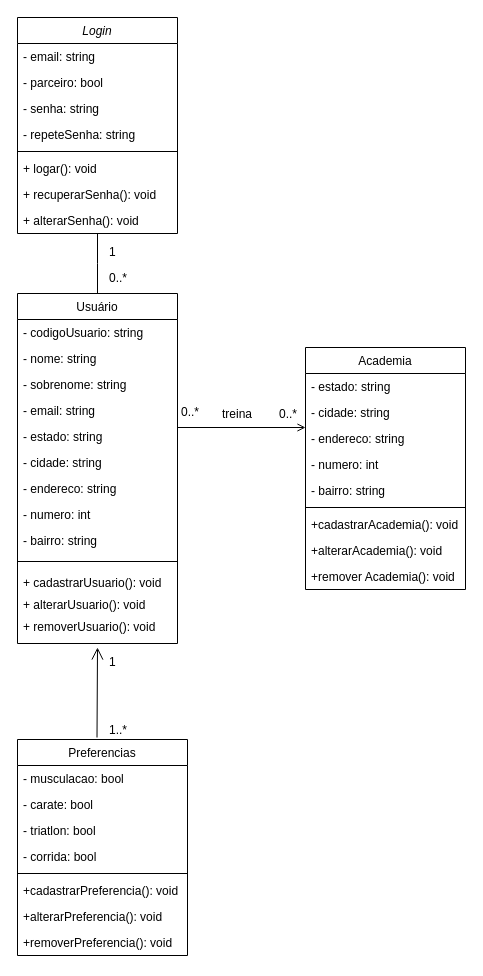
This is src/Diagrama_de_Classes.drawio from ICEI-PUC-Minas-PMV-ADS/pmv-ads-2022-2-e2-proj-int-t4-pmv-ads-2022-2-e2-proj-int-t4-academia, a draw.io file, before an edit. Source tidied: cells renumbered, new cells numbered last; positions are measured from the earlier drawing's top-left corner, leaving out a move shared by most shapes. Both pictures are drawn from the tidied source at 100%, with x=0, y=0 at pixel (17, 17).
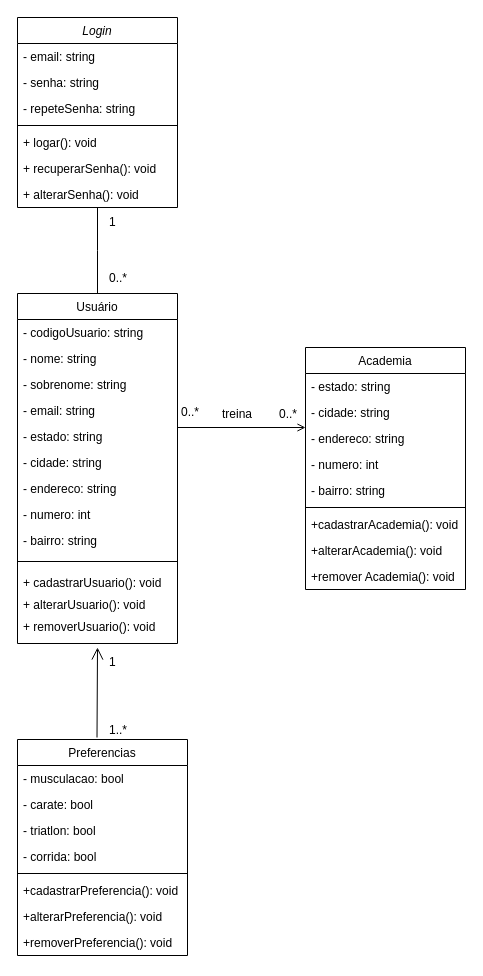
Above is the later version.

Commit message:
removendo o atributo parceiros

The edit, as a diff of the source:
```diff
@@
     <mxCell id="2" value="Login" style="swimlane;fontStyle=2;align=center;verticalAlign=top;horizontal=1;startSize=26;rounded=0;shadow=0;strokeWidth=1;" parent="1" vertex="1">
-      <mxGeometry width="160" height="216" as="geometry" />
+      <mxGeometry width="160" height="190" as="geometry" />
     </mxCell>
@@
-    <mxCell id="4" value="- parceiro: bool" style="text;align=left;verticalAlign=top;spacingLeft=4;spacingRight=4;overflow=hidden;" parent="2" vertex="1">
-      <mxGeometry y="52" width="160" height="26" as="geometry" />
-    </mxCell>
     <mxCell id="5" value="- senha: string" style="text;align=left;verticalAlign=top;spacingLeft=4;spacingRight=4;overflow=hidden;" parent="2" vertex="1">
-      <mxGeometry y="78" width="160" height="26" as="geometry" />
+      <mxGeometry y="52" width="160" height="26" as="geometry" />
     </mxCell>
     <mxCell id="6" value="- repeteSenha: string" style="text;align=left;verticalAlign=top;spacingLeft=4;spacingRight=4;overflow=hidden;rounded=0;shadow=0;html=0;" parent="2" vertex="1">
-      <mxGeometry y="104" width="160" height="26" as="geometry" />
+      <mxGeometry y="78" width="160" height="26" as="geometry" />
     </mxCell>
     <mxCell id="7" style="line;html=1;strokeWidth=1;align=left;verticalAlign=middle;spacingTop=-1;spacingLeft=3;spacingRight=3;labelPosition=right;" parent="2" vertex="1">
-      <mxGeometry y="130" width="160" height="8" as="geometry" />
+      <mxGeometry y="104" width="160" height="8" as="geometry" />
     </mxCell>
     <mxCell id="8" value="+ logar(): void&#10;" style="text;align=left;verticalAlign=top;spacingLeft=4;spacingRight=4;overflow=hidden;" parent="2" vertex="1">
-      <mxGeometry y="138" width="160" height="26" as="geometry" />
+      <mxGeometry y="112" width="160" height="26" as="geometry" />
     </mxCell>
     <mxCell id="9" value="+ recuperarSenha(): void" style="text;align=left;verticalAlign=top;spacingLeft=4;spacingRight=4;overflow=hidden;" parent="2" vertex="1">
-      <mxGeometry y="164" width="160" height="26" as="geometry" />
+      <mxGeometry y="138" width="160" height="26" as="geometry" />
     </mxCell>
     <mxCell id="10" value="+ alterarSenha(): void" style="text;align=left;verticalAlign=top;spacingLeft=4;spacingRight=4;overflow=hidden;" parent="2" vertex="1">
-      <mxGeometry y="190" width="160" height="26" as="geometry" />
+      <mxGeometry y="164" width="160" height="26" as="geometry" />
     </mxCell>
@@
     <mxCell id="49" value="1" style="align=left;verticalAlign=bottom;labelBackgroundColor=none;fontSize=12;direction=west;" parent="1" vertex="1">
-      <mxGeometry x="90" y="250" as="geometry">
+      <mxGeometry x="90" y="220" as="geometry">
         <mxPoint y="-7" as="offset" />
       </mxGeometry>
     </mxCell>
```
